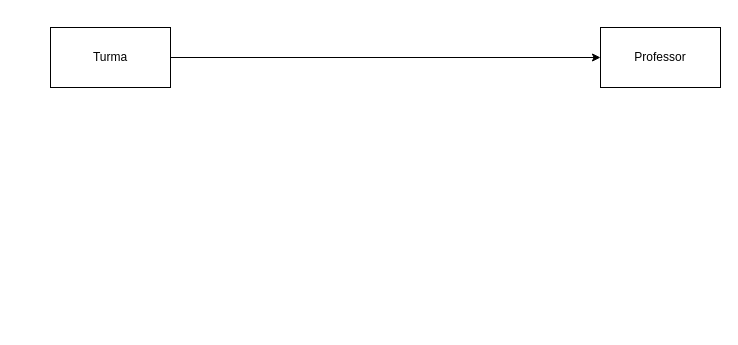
The draw.io diagram Untitled Diagram.drawio in sofia1920/AVALIA-O, before the edit. Source tidied: cells renumbered, new cells numbered last; positions are measured from the earlier drawing's top-left corner, leaving out a move shared by most shapes. Both pictures are drawn from the tidied source at 100%, with x=0, y=0 at pixel (50, 27).
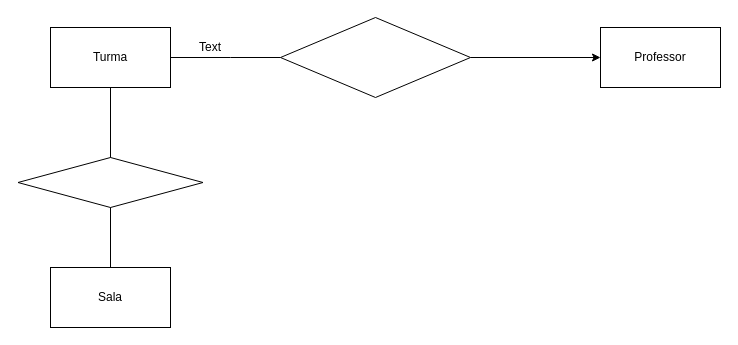
The same diagram, later.

What changed in the source:
```diff
@@
 <mxGraphModel>
   <root>
     <mxCell id="0" />
     <mxCell id="1" parent="0" />
-    <mxCell id="2" style="edgeStyle=orthogonalEdgeStyle;rounded=0;jettySize=auto;html=1;entryX=0;entryY=0.5;entryDx=0;entryDy=0;" parent="1" edge="1" source="3" target="4">
+    <mxCell id="2" style="edgeStyle=orthogonalEdgeStyle;rounded=0;jettySize=auto;html=1;startArrow=none;" parent="1" edge="1" source="7" target="4">
       <mxGeometry relative="1" as="geometry" />
     </mxCell>
+    <mxCell id="5" style="edgeStyle=orthogonalEdgeStyle;rounded=0;jettySize=auto;html=1;" parent="1" edge="1" source="3">
+      <mxGeometry relative="1" as="geometry">
+        <mxPoint x="60" y="250" as="targetPoint" />
+      </mxGeometry>
+    </mxCell>
     <mxCell id="3" value="Turma" style="rounded=0;whiteSpace=wrap;html=1;" parent="1" vertex="1">
       <mxGeometry width="120" height="60" as="geometry" />
     </mxCell>
     <mxCell id="4" value="Professor&lt;br&gt;" style="rounded=0;whiteSpace=wrap;html=1;" parent="1" vertex="1">
       <mxGeometry x="550" width="120" height="60" as="geometry" />
     </mxCell>
+    <mxCell id="6" value="Sala" style="rounded=0;whiteSpace=wrap;html=1;" parent="1" vertex="1">
+      <mxGeometry y="240" width="120" height="60" as="geometry" />
+    </mxCell>
+    <mxCell id="7" style="rhombus;whiteSpace=wrap;html=1;" parent="1" vertex="1">
+      <mxGeometry x="230" y="-10" width="190" height="80" as="geometry" />
+    </mxCell>
+    <mxCell id="8" style="edgeStyle=orthogonalEdgeStyle;rounded=0;jettySize=auto;html=1;entryX=0;entryY=0.5;entryDx=0;entryDy=0;endArrow=none;" parent="1" edge="1" source="3" target="7">
+      <mxGeometry relative="1" as="geometry">
+        <Array as="points">
+          <mxPoint x="180" y="30" />
+          <mxPoint x="180" y="30" />
+        </Array>
+      </mxGeometry>
+    </mxCell>
+    <mxCell id="9" style="rhombus;whiteSpace=wrap;html=1;" parent="1" vertex="1">
+      <mxGeometry x="-32.5" y="130" width="185" height="50" as="geometry" />
+    </mxCell>
+    <mxCell id="10" value="Text" style="text;html=1;strokeColor=none;fillColor=none;align=center;verticalAlign=middle;whiteSpace=wrap;rounded=0;" parent="1" vertex="1">
+      <mxGeometry x="140" y="10" width="40" height="20" as="geometry" />
+    </mxCell>
   </root>
 </mxGraphModel>
```
